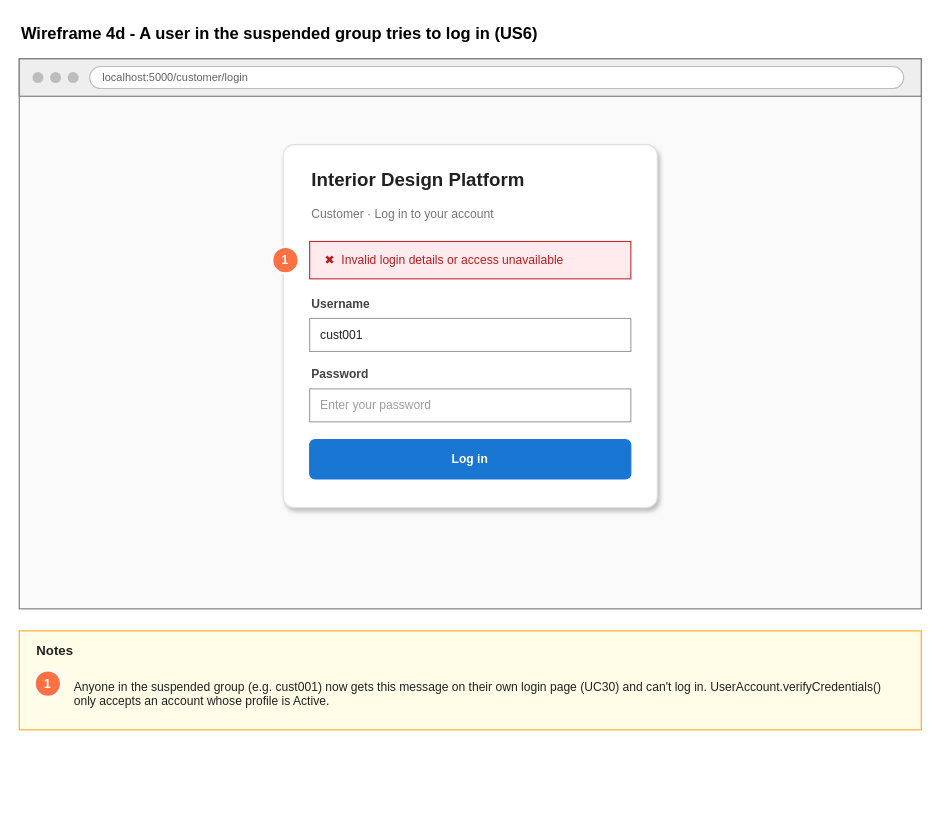
Earlier version of the draw.io diagram page "4d Wireframe - Blocked login" (5 of 7) of Sprint_1/US6 - Suspend user profile/US6 Suspend user profile.drawio (Hanzxc/CSIT314-ARCHSS). Source tidied: cells renumbered, new cells numbered last; positions are measured from the earlier drawing's top-left corner, leaving out a move shared by most shapes. Both pictures are drawn from the tidied source at 110%, with x=0, y=0 at pixel (19, 19).
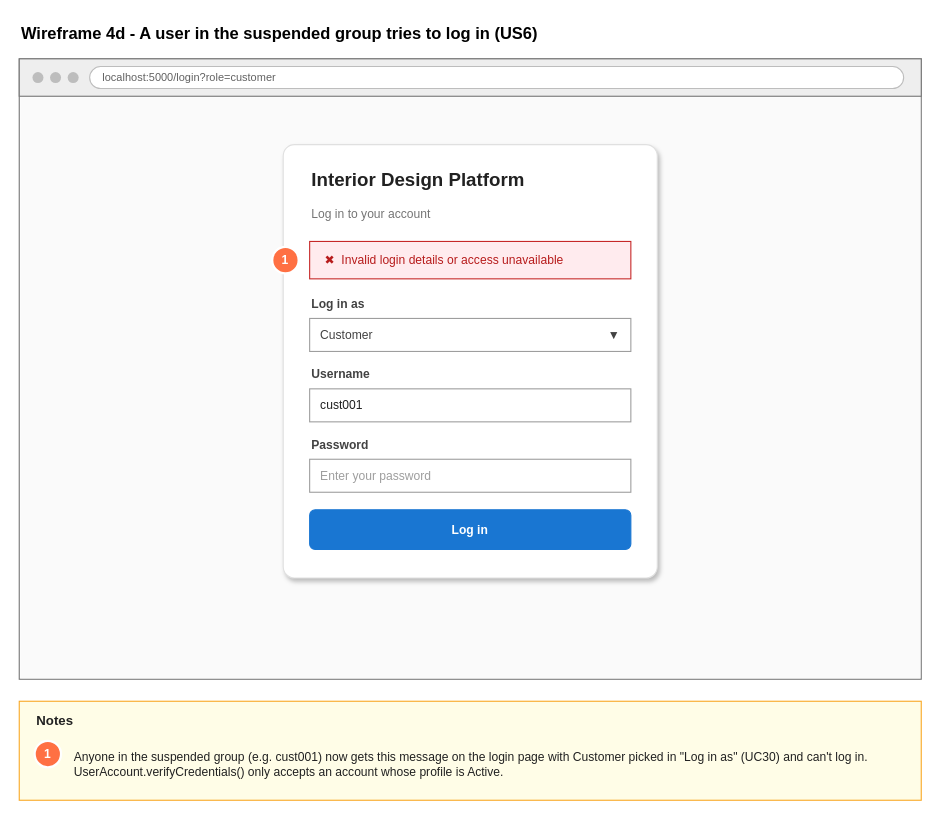
The same diagram, later.

Diff of the diagram source:
```diff
@@
     <mxCell id="3" style="rounded=0;whiteSpace=wrap;html=1;fillColor=#FFFFFF;strokeColor=#757575;fontSize=11;fontColor=#212121;align=center;" parent="1" vertex="1">
-      <mxGeometry y="36" width="820" height="500" as="geometry" />
+      <mxGeometry y="36" width="820" height="564" as="geometry" />
     </mxCell>
@@
-    <mxCell id="8" value="localhost:5000/customer/login" style="rounded=1;whiteSpace=wrap;html=1;fillColor=#FFFFFF;strokeColor=#BDBDBD;fontSize=10;fontColor=#616161;align=left;spacingLeft=10;arcSize=50;" parent="1" vertex="1">
+    <mxCell id="8" value="localhost:5000/login?role=customer" style="rounded=1;whiteSpace=wrap;html=1;fillColor=#FFFFFF;strokeColor=#BDBDBD;fontSize=10;fontColor=#616161;align=left;spacingLeft=10;arcSize=50;" parent="1" vertex="1">
       <mxGeometry x="64" y="43" width="740" height="20" as="geometry" />
     </mxCell>
     <mxCell id="9" style="rounded=0;whiteSpace=wrap;html=1;fillColor=#FAFAFA;strokeColor=none;fontSize=11;fontColor=#212121;align=center;" parent="1" vertex="1">
-      <mxGeometry x="1" y="71" width="818" height="464" as="geometry" />
+      <mxGeometry x="1" y="71" width="818" height="528" as="geometry" />
     </mxCell>
     <mxCell id="10" style="rounded=1;whiteSpace=wrap;html=1;fillColor=#FFFFFF;strokeColor=#E0E0E0;fontSize=11;fontColor=#212121;align=center;arcSize=3;shadow=1;" parent="1" vertex="1">
-      <mxGeometry x="240" y="114" width="340" height="330" as="geometry" />
+      <mxGeometry x="240" y="114" width="340" height="394" as="geometry" />
     </mxCell>
@@
-    <mxCell id="12" value="Customer · Log in to your account" style="text;html=1;strokeColor=none;fillColor=none;align=left;verticalAlign=middle;whiteSpace=nowrap;fontSize=11;fontColor=#757575;spacingLeft=0;spacingRight=0;" parent="1" vertex="1">
+    <mxCell id="12" value="Log in to your account" style="text;html=1;strokeColor=none;fillColor=none;align=left;verticalAlign=middle;whiteSpace=nowrap;fontSize=11;fontColor=#757575;spacingLeft=0;spacingRight=0;" parent="1" vertex="1">
       <mxGeometry x="264" y="168" width="210" height="18" as="geometry" />
     </mxCell>
@@
     <mxCell id="14" value="Username" style="text;html=1;strokeColor=none;fillColor=none;align=left;verticalAlign=middle;whiteSpace=nowrap;fontSize=11;fontColor=#424242;spacingLeft=0;spacingRight=0;fontStyle=1;" parent="1" vertex="1">
-      <mxGeometry x="264" y="250" width="68" height="18" as="geometry" />
+      <mxGeometry x="264" y="314" width="68" height="18" as="geometry" />
     </mxCell>
     <mxCell id="15" value="cust001" style="rounded=0;whiteSpace=wrap;html=1;fillColor=#FFFFFF;strokeColor=#9E9E9E;fontSize=11;fontColor=#212121;align=left;spacingLeft=8;spacingRight=8;" parent="1" vertex="1">
-      <mxGeometry x="264" y="272" width="292" height="30" as="geometry" />
+      <mxGeometry x="264" y="336" width="292" height="30" as="geometry" />
     </mxCell>
     <mxCell id="16" value="Password" style="text;html=1;strokeColor=none;fillColor=none;align=left;verticalAlign=middle;whiteSpace=nowrap;fontSize=11;fontColor=#424242;spacingLeft=0;spacingRight=0;fontStyle=1;" parent="1" vertex="1">
-      <mxGeometry x="264" y="314" width="68" height="18" as="geometry" />
+      <mxGeometry x="264" y="378" width="68" height="18" as="geometry" />
     </mxCell>
     <mxCell id="17" value="Enter your password" style="rounded=0;whiteSpace=wrap;html=1;fillColor=#FFFFFF;strokeColor=#9E9E9E;fontSize=11;fontColor=#9E9E9E;align=left;spacingLeft=8;spacingRight=8;" parent="1" vertex="1">
-      <mxGeometry x="264" y="336" width="292" height="30" as="geometry" />
+      <mxGeometry x="264" y="400" width="292" height="30" as="geometry" />
     </mxCell>
     <mxCell id="18" value="Log in" style="rounded=1;whiteSpace=wrap;html=1;fillColor=#1976D2;strokeColor=#1976D2;fontSize=11;fontColor=#FFFFFF;align=center;fontStyle=1;arcSize=14;" parent="1" vertex="1">
-      <mxGeometry x="264" y="382" width="292" height="36" as="geometry" />
+      <mxGeometry x="264" y="446" width="292" height="36" as="geometry" />
     </mxCell>
@@
     <mxCell id="20" style="rounded=0;whiteSpace=wrap;html=1;fillColor=#FFFDE7;strokeColor=#F9A825;fontSize=11;fontColor=#212121;align=center;" parent="1" vertex="1">
-      <mxGeometry y="556" width="820" height="90" as="geometry" />
+      <mxGeometry y="620" width="820" height="90" as="geometry" />
     </mxCell>
     <mxCell id="21" value="Notes" style="text;html=1;strokeColor=none;fillColor=none;align=left;verticalAlign=middle;whiteSpace=nowrap;fontSize=12;fontColor=#212121;spacingLeft=0;spacingRight=0;fontStyle=1;" parent="1" vertex="1">
-      <mxGeometry x="14" y="565" width="47" height="18" as="geometry" />
+      <mxGeometry x="14" y="629" width="47" height="18" as="geometry" />
     </mxCell>
     <mxCell id="22" value="1" style="ellipse;whiteSpace=wrap;html=1;fillColor=#FF7043;strokeColor=#FFFFFF;strokeWidth=2;fontColor=#FFFFFF;fontStyle=1;fontSize=11;" parent="1" vertex="1">
-      <mxGeometry x="14" y="592" width="24" height="24" as="geometry" />
+      <mxGeometry x="14" y="656" width="24" height="24" as="geometry" />
     </mxCell>
-    <mxCell id="23" value="Anyone in the suspended group (e.g. cust001) now gets this message on their own login page (UC30) and can't log in. UserAccount.verifyCredentials() only accepts an account whose profile is Active." style="text;html=1;strokeColor=none;fillColor=none;align=left;verticalAlign=top;whiteSpace=wrap;fontSize=11;fontColor=#212121;spacingLeft=0;spacingRight=0;" parent="1" vertex="1">
-      <mxGeometry x="48" y="594" width="756" height="40" as="geometry" />
+    <mxCell id="23" value="Anyone in the suspended group (e.g. cust001) now gets this message on the login page with Customer picked in &quot;Log in as&quot; (UC30) and can't log in. UserAccount.verifyCredentials() only accepts an account whose profile is Active." style="text;html=1;strokeColor=none;fillColor=none;align=left;verticalAlign=top;whiteSpace=wrap;fontSize=11;fontColor=#212121;spacingLeft=0;spacingRight=0;" parent="1" vertex="1">
+      <mxGeometry x="48" y="658" width="756" height="40" as="geometry" />
     </mxCell>
+    <mxCell id="24" value="Log in as" style="text;html=1;strokeColor=none;fillColor=none;align=left;verticalAlign=middle;whiteSpace=nowrap;fontSize=11;fontColor=#424242;spacingLeft=0;spacingRight=0;fontStyle=1;" parent="1" vertex="1">
+      <mxGeometry x="264" y="250" width="68" height="18" as="geometry" />
+    </mxCell>
+    <mxCell id="25" value="Customer" style="rounded=0;whiteSpace=wrap;html=1;fillColor=#FFFFFF;strokeColor=#9E9E9E;fontSize=11;fontColor=#424242;align=left;spacingLeft=8;spacingRight=8;" parent="1" vertex="1">
+      <mxGeometry x="264" y="272" width="292" height="30" as="geometry" />
+    </mxCell>
+    <mxCell id="26" value="▼" style="rounded=0;whiteSpace=wrap;html=1;fillColor=none;strokeColor=none;fontSize=11;fontColor=#424242;align=center;spacingLeft=8;spacingRight=8;" parent="1" vertex="1">
+      <mxGeometry x="532" y="272" width="18" height="30" as="geometry" />
+    </mxCell>
```
